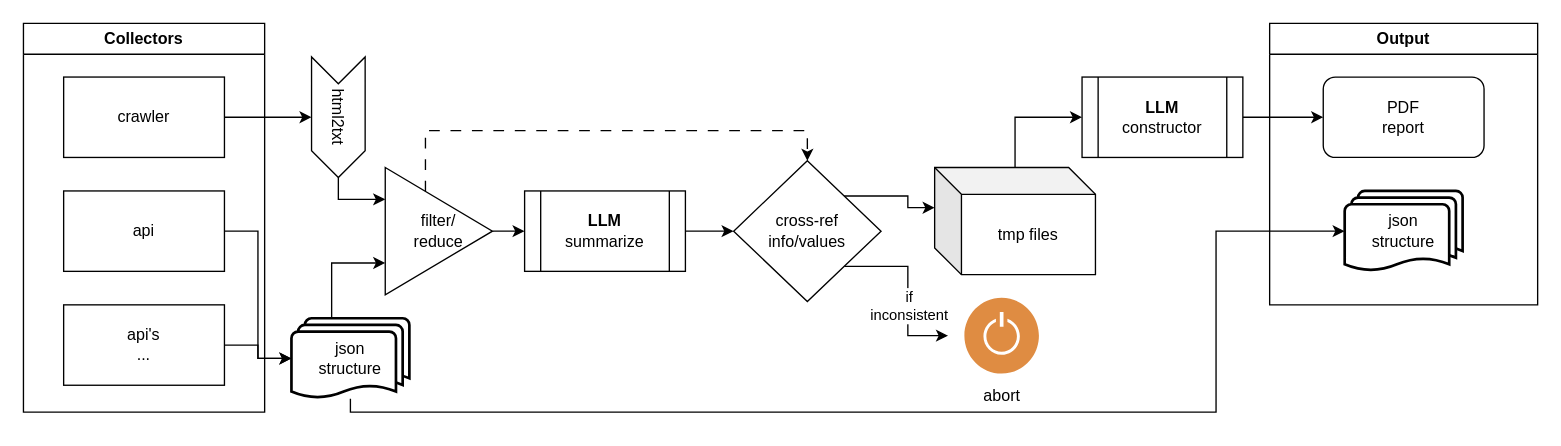
Before: docs/img/uml.drawio in SondreUM/gen-ai, a draw.io diagram. Source tidied: cells renumbered, new cells numbered last; positions are measured from the earlier drawing's top-left corner, leaving out a move shared by most shapes. Both pictures are drawn from the tidied source at 134%, with x=0, y=0 at pixel (23, 23).
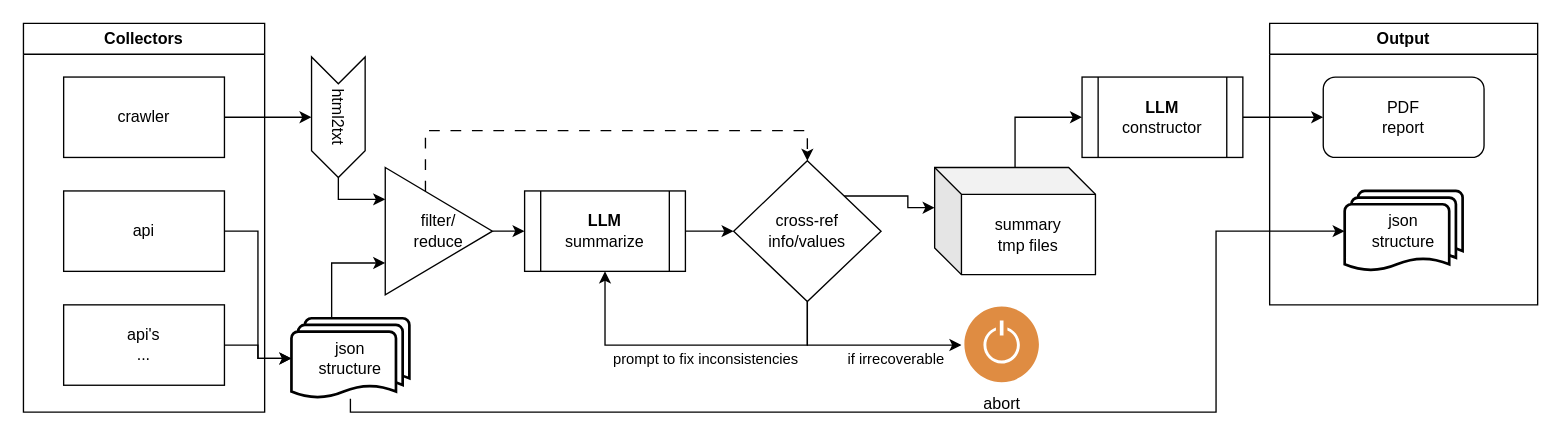
Above is the later version.

Unchanged cells that the change refers to:
```xml
<mxCell id="9" value="&lt;div&gt;&lt;b&gt;LLM&lt;/b&gt;&lt;/div&gt;&lt;div&gt;summarize&lt;b&gt;&lt;br&gt;&lt;/b&gt;&lt;/div&gt;" style="shape=process;whiteSpace=wrap;html=1;backgroundOutline=1;" parent="1" vertex="1">
  <mxGeometry x="374" y="125" width="120" height="60" as="geometry" />
</mxCell>
<mxCell id="21" value="&lt;div&gt;cross-ref&lt;/div&gt;&lt;div&gt;info/values&lt;br&gt;&lt;/div&gt;" style="rhombus;whiteSpace=wrap;html=1;" parent="1" vertex="1">
  <mxGeometry x="530" y="102.5" width="110" height="105" as="geometry" />
</mxCell>
```

Diff of the diagram source:
```diff
@@
-    <mxCell id="12" value="tmp files" style="shape=cube;whiteSpace=wrap;html=1;boundedLbl=1;backgroundOutline=1;darkOpacity=0.05;darkOpacity2=0.1;" parent="1" vertex="1">
+    <mxCell id="12" value="&lt;div&gt;summary&lt;/div&gt;&lt;div&gt;tmp files&lt;/div&gt;" style="shape=cube;whiteSpace=wrap;html=1;boundedLbl=1;backgroundOutline=1;darkOpacity=0.05;darkOpacity2=0.1;" parent="1" vertex="1">
       <mxGeometry x="680" y="107.5" width="120" height="80" as="geometry" />
     </mxCell>
@@
-    <mxCell id="19" style="edgeStyle=orthogonalEdgeStyle;rounded=0;jettySize=auto;html=1;exitX=1;exitY=1;exitDx=0;exitDy=0;" parent="1" edge="1" source="21">
+    <mxCell id="19" style="edgeStyle=orthogonalEdgeStyle;rounded=0;jettySize=auto;html=1;exitX=0.5;exitY=1;exitDx=0;exitDy=0;" parent="1" edge="1" source="21" target="23">
       <mxGeometry relative="1" as="geometry">
-        <mxPoint x="690" y="233" as="targetPoint" />
         <Array as="points">
-          <mxPoint x="660" y="181" />
+          <mxPoint x="585" y="240" />
         </Array>
       </mxGeometry>
     </mxCell>
-    <mxCell id="20" value="&lt;div&gt;if&lt;/div&gt;&lt;div&gt;inconsistent&lt;br&gt;&lt;/div&gt;" style="edgeLabel;html=1;align=center;verticalAlign=middle;" parent="19" vertex="1">
+    <mxCell id="20" value="if irrecoverable" style="edgeLabel;html=1;align=center;verticalAlign=middle;" parent="19" vertex="1">
       <mxGeometry x="-0.28" y="-3" relative="1" as="geometry">
-        <mxPoint x="1" y="26" as="offset" />
+        <mxPoint x="45" y="7" as="offset" />
       </mxGeometry>
     </mxCell>
+    <mxCell id="31" style="edgeStyle=orthogonalEdgeStyle;rounded=0;jettySize=auto;html=1;entryX=0.5;entryY=1;entryDx=0;entryDy=0;" parent="1" edge="1" source="21" target="9">
+      <mxGeometry relative="1" as="geometry">
+        <Array as="points">
+          <mxPoint x="585" y="240" />
+          <mxPoint x="434" y="240" />
+        </Array>
+      </mxGeometry>
+    </mxCell>
+    <mxCell id="32" value="prompt to fix inconsistencies" style="edgeLabel;html=1;align=center;verticalAlign=middle;" parent="31" vertex="1">
+      <mxGeometry x="0.19" y="2" relative="1" as="geometry">
+        <mxPoint x="33" y="8" as="offset" />
+      </mxGeometry>
+    </mxCell>
@@
     <mxCell id="23" value="abort" style="sketch=0;shadow=0;dashed=0;html=1;strokeColor=none;fillColor=#DF8C42;labelPosition=center;verticalLabelPosition=bottom;verticalAlign=top;align=center;outlineConnect=0;shape=mxgraph.veeam2.turn_on_off;" parent="1" vertex="1">
-      <mxGeometry x="700" y="202.5" width="60" height="61" as="geometry" />
+      <mxGeometry x="700" y="209" width="60" height="61" as="geometry" />
     </mxCell>
```
